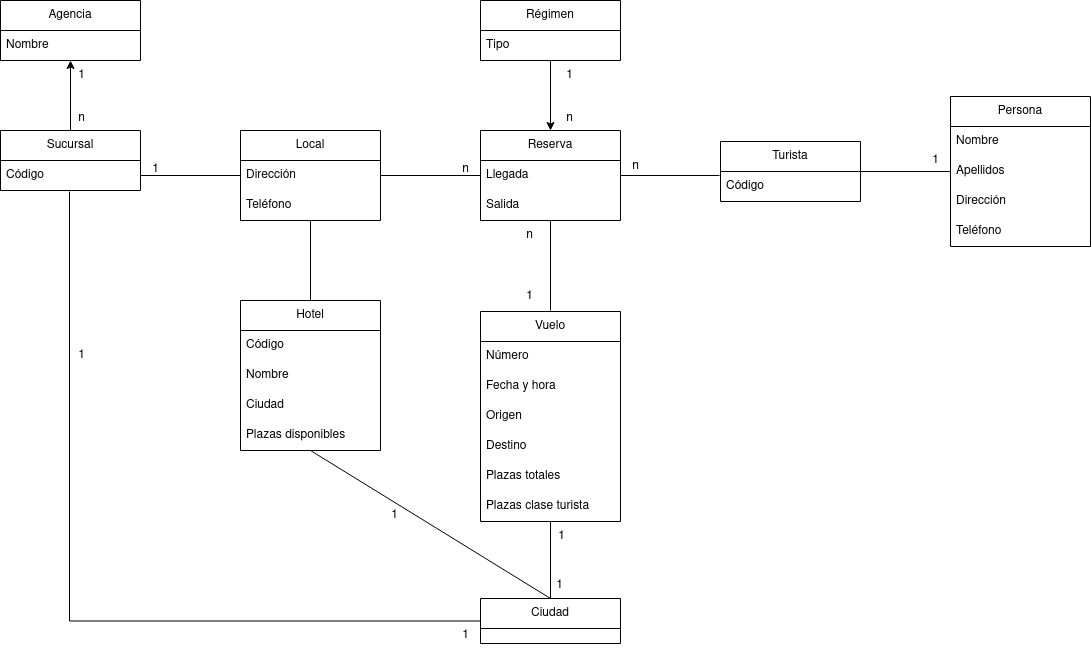
Earlier version of the draw.io export Tema 5. Diagramas de clase/Tarea 2. Agencia viajes/img/AgenciaViajes.drawio.png (colidom/ets). Source tidied: cells renumbered, new cells last; positions are measured from the earlier drawing's top-left corner, leaving out a move shared by most shapes.
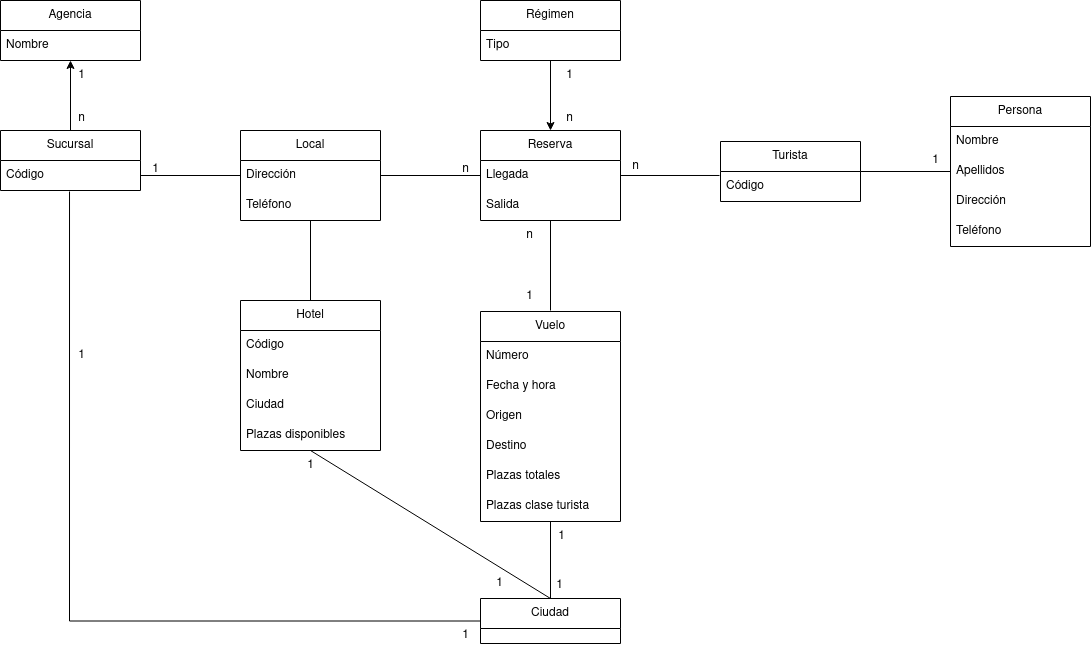
After the commit.

What changed in the source:
```diff
@@ -150,7 +150,7 @@
       <mxGeometry x="66" y="340" width="30" height="30" as="geometry" />
     </mxCell>
     <mxCell id="49" value="1" style="text;html=1;align=center;verticalAlign=middle;strokeColor=none;fillColor=none;" parent="1" vertex="1">
-      <mxGeometry x="379" y="500" width="30" height="30" as="geometry" />
+      <mxGeometry x="295" y="450" width="30" height="30" as="geometry" />
     </mxCell>
     <mxCell id="50" value="1" style="text;html=1;align=center;verticalAlign=middle;strokeColor=none;fillColor=none;" parent="1" vertex="1">
       <mxGeometry x="514" y="281" width="30" height="30" as="geometry" />
@@ -182,5 +182,8 @@
     <mxCell id="59" value="1" style="text;html=1;align=center;verticalAlign=middle;strokeColor=none;fillColor=none;" parent="1" vertex="1">
       <mxGeometry x="920" y="145" width="30" height="30" as="geometry" />
     </mxCell>
+    <mxCell id="60" value="1" style="text;html=1;align=center;verticalAlign=middle;strokeColor=none;fillColor=none;" parent="1" vertex="1">
+      <mxGeometry x="484" y="568" width="30" height="30" as="geometry" />
+    </mxCell>
   </root>
 </mxGraphModel>
```
